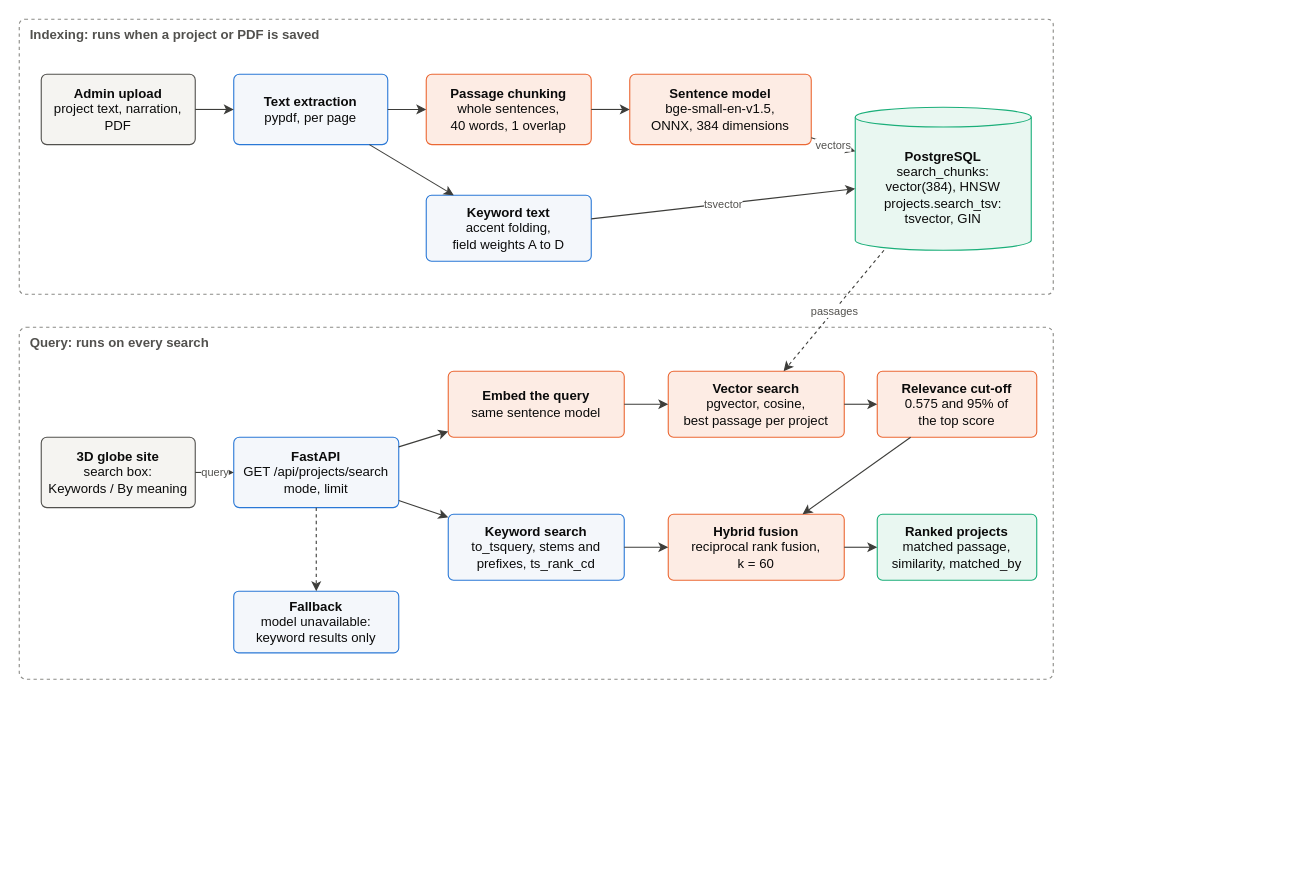
The draw.io diagram docs/diagrams/ai-capability-architecture.drawio in AnshSatiish/thecharter, before the edit. Source tidied: cells renumbered, new cells numbered last; positions are measured from the earlier drawing's top-left corner, leaving out a move shared by most shapes. Both pictures are drawn from the tidied source at 110%, with x=0, y=0 at pixel (19, 19).
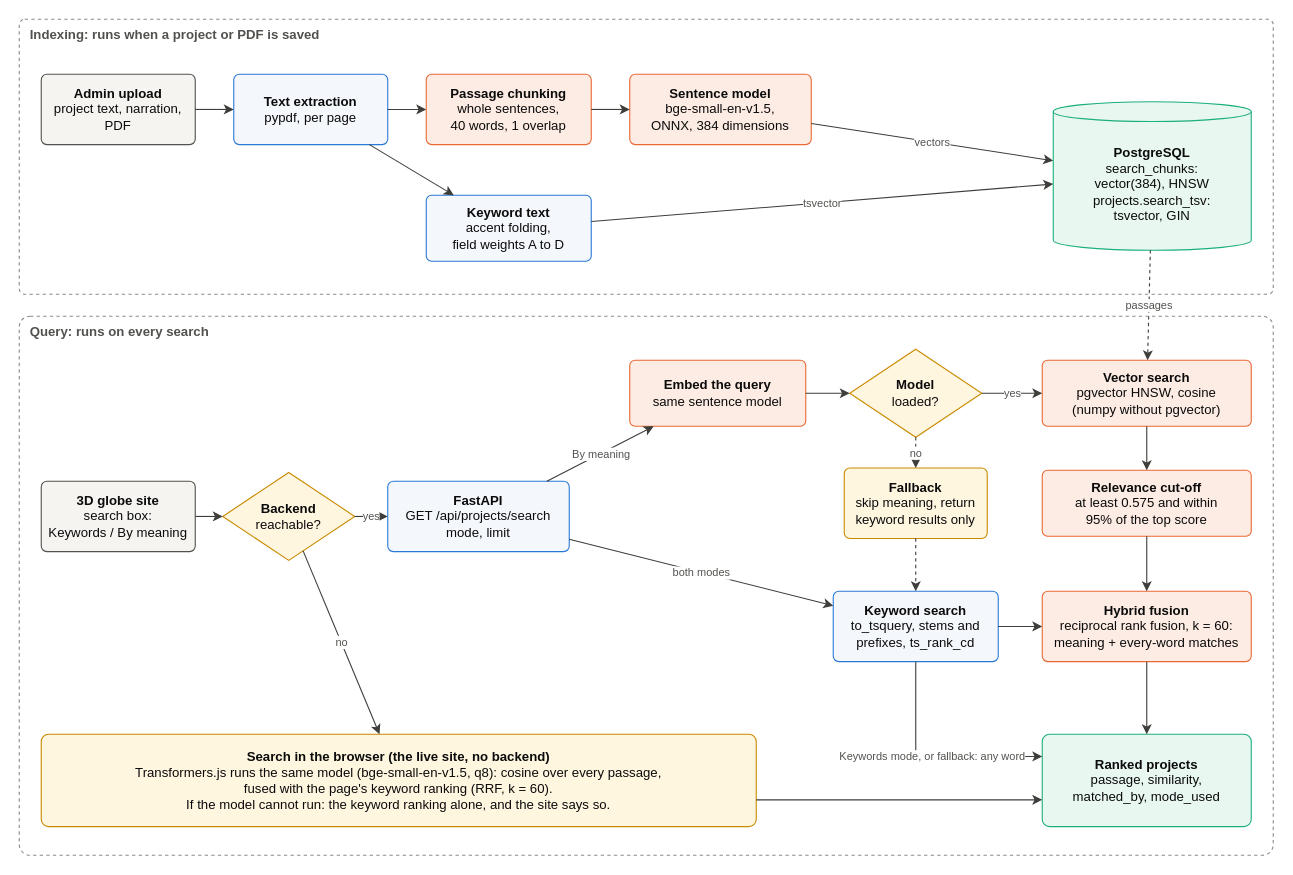
The same page after the edit.

Commit message (it also covers changes not shown here):
Corrected search diagram, PostgreSQL security, longer cache for static files

What changed in the source:
```diff
@@
     <mxCell id="2" value="Indexing: runs when a project or PDF is saved" style="rounded=1;arcSize=2;dashed=1;fillColor=none;strokeColor=#8a8a86;verticalAlign=top;align=left;spacingLeft=8;fontStyle=1;fontColor=#52514e;html=1;" parent="1" vertex="1">
-      <mxGeometry width="940" height="250" as="geometry" />
+      <mxGeometry width="1140" height="250" as="geometry" />
     </mxCell>
     <mxCell id="3" value="Query: runs on every search" style="rounded=1;arcSize=2;dashed=1;fillColor=none;strokeColor=#8a8a86;verticalAlign=top;align=left;spacingLeft=8;fontStyle=1;fontColor=#52514e;html=1;" parent="1" vertex="1">
-      <mxGeometry y="280" width="940" height="320" as="geometry" />
+      <mxGeometry y="270" width="1140" height="490" as="geometry" />
     </mxCell>
@@
     <mxCell id="9" value="&lt;b&gt;PostgreSQL&lt;/b&gt;&lt;br&gt;search_chunks:&lt;br&gt;vector(384), HNSW&lt;br&gt;projects.search_tsv:&lt;br&gt;tsvector, GIN" style="shape=cylinder3;boundedLbl=1;backgroundOutline=1;size=9;whiteSpace=wrap;html=1;fillColor=#e9f7f1;strokeColor=#1baf7a;fontColor=#0b0b0b;fontSize=12;" parent="1" vertex="1">
-      <mxGeometry x="760" y="80" width="160" height="130" as="geometry" />
+      <mxGeometry x="940" y="75" width="180" height="135" as="geometry" />
     </mxCell>
     <mxCell id="10" value="&lt;b&gt;3D globe site&lt;/b&gt;&lt;br&gt;search box:&lt;br&gt;Keywords / By meaning" style="rounded=1;arcSize=8;whiteSpace=wrap;html=1;fillColor=#f5f4f1;strokeColor=#52514e;fontColor=#0b0b0b;fontSize=12;" parent="1" vertex="1">
-      <mxGeometry x="20" y="380" width="140" height="64" as="geometry" />
+      <mxGeometry x="20" y="420" width="140" height="64" as="geometry" />
     </mxCell>
+    <mxCell id="35" value="&lt;b&gt;Backend&lt;/b&gt;&lt;br&gt;reachable?" style="rhombus;whiteSpace=wrap;html=1;fillColor=#fff6e0;strokeColor=#c98a00;fontColor=#0b0b0b;fontSize=12;" parent="1" vertex="1">
+      <mxGeometry x="185" y="412" width="120" height="80" as="geometry" />
+    </mxCell>
     <mxCell id="11" value="&lt;b&gt;FastAPI&lt;/b&gt;&lt;br&gt;GET /api/projects/search&lt;br&gt;mode, limit" style="rounded=1;arcSize=8;whiteSpace=wrap;html=1;fillColor=#f4f7fb;strokeColor=#2a78d6;fontColor=#0b0b0b;fontSize=12;" parent="1" vertex="1">
-      <mxGeometry x="195" y="380" width="150" height="64" as="geometry" />
+      <mxGeometry x="335" y="420" width="165" height="64" as="geometry" />
     </mxCell>
     <mxCell id="12" value="&lt;b&gt;Embed the query&lt;/b&gt;&lt;br&gt;same sentence model" style="rounded=1;arcSize=8;whiteSpace=wrap;html=1;fillColor=#fdece4;strokeColor=#eb6834;fontColor=#0b0b0b;fontSize=12;" parent="1" vertex="1">
-      <mxGeometry x="390" y="320" width="160" height="60" as="geometry" />
+      <mxGeometry x="555" y="310" width="160" height="60" as="geometry" />
     </mxCell>
+    <mxCell id="36" value="&lt;b&gt;Model&lt;/b&gt;&lt;br&gt;loaded?" style="rhombus;whiteSpace=wrap;html=1;fillColor=#fff6e0;strokeColor=#c98a00;fontColor=#0b0b0b;fontSize=12;" parent="1" vertex="1">
+      <mxGeometry x="755" y="300" width="120" height="80" as="geometry" />
+    </mxCell>
-    <mxCell id="13" value="&lt;b&gt;Vector search&lt;/b&gt;&lt;br&gt;pgvector, cosine,&lt;br&gt;best passage per project" style="rounded=1;arcSize=8;whiteSpace=wrap;html=1;fillColor=#fdece4;strokeColor=#eb6834;fontColor=#0b0b0b;fontSize=12;" parent="1" vertex="1">
-      <mxGeometry x="590" y="320" width="160" height="60" as="geometry" />
+    <mxCell id="13" value="&lt;b&gt;Vector search&lt;/b&gt;&lt;br&gt;pgvector HNSW, cosine&lt;br&gt;(numpy without pgvector)" style="rounded=1;arcSize=8;whiteSpace=wrap;html=1;fillColor=#fdece4;strokeColor=#eb6834;fontColor=#0b0b0b;fontSize=12;" parent="1" vertex="1">
+      <mxGeometry x="930" y="310" width="190" height="60" as="geometry" />
     </mxCell>
-    <mxCell id="14" value="&lt;b&gt;Relevance cut-off&lt;/b&gt;&lt;br&gt;0.575 and 95% of&lt;br&gt;the top score" style="rounded=1;arcSize=8;whiteSpace=wrap;html=1;fillColor=#fdece4;strokeColor=#eb6834;fontColor=#0b0b0b;fontSize=12;" parent="1" vertex="1">
-      <mxGeometry x="780" y="320" width="145" height="60" as="geometry" />
+    <mxCell id="14" value="&lt;b&gt;Relevance cut-off&lt;/b&gt;&lt;br&gt;at least 0.575 and within&lt;br&gt;95% of the top score" style="rounded=1;arcSize=8;whiteSpace=wrap;html=1;fillColor=#fdece4;strokeColor=#eb6834;fontColor=#0b0b0b;fontSize=12;" parent="1" vertex="1">
+      <mxGeometry x="930" y="410" width="190" height="60" as="geometry" />
     </mxCell>
+    <mxCell id="18" value="&lt;b&gt;Fallback&lt;/b&gt;&lt;br&gt;skip meaning, return&lt;br&gt;keyword results only" style="rounded=1;arcSize=8;whiteSpace=wrap;html=1;fillColor=#fff6e0;strokeColor=#c98a00;fontColor=#0b0b0b;fontSize=12;" parent="1" vertex="1">
+      <mxGeometry x="750" y="408" width="130" height="64" as="geometry" />
+    </mxCell>
     <mxCell id="15" value="&lt;b&gt;Keyword search&lt;/b&gt;&lt;br&gt;to_tsquery, stems and&lt;br&gt;prefixes, ts_rank_cd" style="rounded=1;arcSize=8;whiteSpace=wrap;html=1;fillColor=#f4f7fb;strokeColor=#2a78d6;fontColor=#0b0b0b;fontSize=12;" parent="1" vertex="1">
-      <mxGeometry x="390" y="450" width="160" height="60" as="geometry" />
+      <mxGeometry x="740" y="520" width="150" height="64" as="geometry" />
     </mxCell>
-    <mxCell id="16" value="&lt;b&gt;Hybrid fusion&lt;/b&gt;&lt;br&gt;reciprocal rank fusion,&lt;br&gt;k = 60" style="rounded=1;arcSize=8;whiteSpace=wrap;html=1;fillColor=#fdece4;strokeColor=#eb6834;fontColor=#0b0b0b;fontSize=12;" parent="1" vertex="1">
-      <mxGeometry x="590" y="450" width="160" height="60" as="geometry" />
+    <mxCell id="16" value="&lt;b&gt;Hybrid fusion&lt;/b&gt;&lt;br&gt;reciprocal rank fusion, k = 60:&lt;br&gt;meaning + every-word matches" style="rounded=1;arcSize=8;whiteSpace=wrap;html=1;fillColor=#fdece4;strokeColor=#eb6834;fontColor=#0b0b0b;fontSize=12;" parent="1" vertex="1">
+      <mxGeometry x="930" y="520" width="190" height="64" as="geometry" />
     </mxCell>
+    <mxCell id="37" value="&lt;b&gt;Search in the browser (the live site, no backend)&lt;/b&gt;&lt;br&gt;Transformers.js runs the same model (bge-small-en-v1.5, q8): cosine over every passage,&lt;br&gt;fused with the page&amp;#x27;s keyword ranking (RRF, k = 60).&lt;br&gt;If the model cannot run: the keyword ranking alone, and the site says so." style="rounded=1;arcSize=8;whiteSpace=wrap;html=1;fillColor=#fff6e0;strokeColor=#c98a00;fontColor=#0b0b0b;fontSize=12;" parent="1" vertex="1">
+      <mxGeometry x="20" y="650" width="650" height="84" as="geometry" />
+    </mxCell>
-    <mxCell id="17" value="&lt;b&gt;Ranked projects&lt;/b&gt;&lt;br&gt;matched passage,&lt;br&gt;similarity, matched_by" style="rounded=1;arcSize=8;whiteSpace=wrap;html=1;fillColor=#e9f7f1;strokeColor=#1baf7a;fontColor=#0b0b0b;fontSize=12;" parent="1" vertex="1">
-      <mxGeometry x="780" y="450" width="145" height="60" as="geometry" />
+    <mxCell id="17" value="&lt;b&gt;Ranked projects&lt;/b&gt;&lt;br&gt;passage, similarity,&lt;br&gt;matched_by, mode_used" style="rounded=1;arcSize=8;whiteSpace=wrap;html=1;fillColor=#e9f7f1;strokeColor=#1baf7a;fontColor=#0b0b0b;fontSize=12;" parent="1" vertex="1">
+      <mxGeometry x="930" y="650" width="190" height="84" as="geometry" />
     </mxCell>
-    <mxCell id="18" value="&lt;b&gt;Fallback&lt;/b&gt;&lt;br&gt;model unavailable:&lt;br&gt;keyword results only" style="rounded=1;arcSize=8;whiteSpace=wrap;html=1;fillColor=#f4f7fb;strokeColor=#2a78d6;fontColor=#0b0b0b;fontSize=12;" parent="1" vertex="1">
-      <mxGeometry x="195" y="520" width="150" height="56" as="geometry" />
-    </mxCell>
@@
-    <mxCell id="25" value="query" style="html=1;rounded=0;strokeColor=#3d3d3a;fontSize=10;fontColor=#52514e;endArrow=classic;" parent="1" edge="1" source="10" target="11">
+    <mxCell id="25" value="passages" style="html=1;rounded=0;strokeColor=#3d3d3a;fontSize=10;fontColor=#52514e;endArrow=classic;dashed=1;" parent="1" edge="1" source="9" target="13">
       <mxGeometry relative="1" as="geometry" />
     </mxCell>
-    <mxCell id="26" style="html=1;rounded=0;strokeColor=#3d3d3a;fontSize=10;fontColor=#52514e;endArrow=classic;" parent="1" edge="1" source="11" target="12">
+    <mxCell id="26" style="html=1;rounded=0;strokeColor=#3d3d3a;fontSize=10;fontColor=#52514e;endArrow=classic;" parent="1" edge="1" source="10" target="35">
       <mxGeometry relative="1" as="geometry" />
     </mxCell>
-    <mxCell id="27" style="html=1;rounded=0;strokeColor=#3d3d3a;fontSize=10;fontColor=#52514e;endArrow=classic;" parent="1" edge="1" source="12" target="13">
+    <mxCell id="27" value="yes" style="html=1;rounded=0;strokeColor=#3d3d3a;fontSize=10;fontColor=#52514e;endArrow=classic;" parent="1" edge="1" source="35" target="11">
       <mxGeometry relative="1" as="geometry" />
     </mxCell>
-    <mxCell id="28" style="html=1;rounded=0;strokeColor=#3d3d3a;fontSize=10;fontColor=#52514e;endArrow=classic;" parent="1" edge="1" source="13" target="14">
+    <mxCell id="28" value="no" style="html=1;rounded=0;strokeColor=#3d3d3a;fontSize=10;fontColor=#52514e;endArrow=classic;" parent="1" edge="1" source="35" target="37">
       <mxGeometry relative="1" as="geometry" />
     </mxCell>
-    <mxCell id="29" style="html=1;rounded=0;strokeColor=#3d3d3a;fontSize=10;fontColor=#52514e;endArrow=classic;" parent="1" edge="1" source="11" target="15">
+    <mxCell id="29" value="By meaning" style="html=1;rounded=0;strokeColor=#3d3d3a;fontSize=10;fontColor=#52514e;endArrow=classic;" parent="1" edge="1" source="11" target="12">
       <mxGeometry relative="1" as="geometry" />
     </mxCell>
-    <mxCell id="30" style="html=1;rounded=0;strokeColor=#3d3d3a;fontSize=10;fontColor=#52514e;endArrow=classic;" parent="1" edge="1" source="15" target="16">
+    <mxCell id="30" value="both modes" style="html=1;rounded=0;strokeColor=#3d3d3a;fontSize=10;fontColor=#52514e;endArrow=classic;" parent="1" edge="1" source="11" target="15">
       <mxGeometry relative="1" as="geometry" />
     </mxCell>
-    <mxCell id="31" style="html=1;rounded=0;strokeColor=#3d3d3a;fontSize=10;fontColor=#52514e;endArrow=classic;" parent="1" edge="1" source="14" target="16">
+    <mxCell id="31" style="html=1;rounded=0;strokeColor=#3d3d3a;fontSize=10;fontColor=#52514e;endArrow=classic;" parent="1" edge="1" source="12" target="36">
       <mxGeometry relative="1" as="geometry" />
     </mxCell>
-    <mxCell id="32" style="html=1;rounded=0;strokeColor=#3d3d3a;fontSize=10;fontColor=#52514e;endArrow=classic;" parent="1" edge="1" source="16" target="17">
+    <mxCell id="32" value="yes" style="html=1;rounded=0;strokeColor=#3d3d3a;fontSize=10;fontColor=#52514e;endArrow=classic;" parent="1" edge="1" source="36" target="13">
       <mxGeometry relative="1" as="geometry" />
     </mxCell>
-    <mxCell id="33" style="html=1;rounded=0;strokeColor=#3d3d3a;fontSize=10;fontColor=#52514e;endArrow=classic;dashed=1;" parent="1" edge="1" source="11" target="18">
+    <mxCell id="33" value="no" style="html=1;rounded=0;strokeColor=#3d3d3a;fontSize=10;fontColor=#52514e;endArrow=classic;dashed=1;" parent="1" edge="1" source="36" target="18">
       <mxGeometry relative="1" as="geometry" />
     </mxCell>
-    <mxCell id="34" value="passages" style="html=1;rounded=0;strokeColor=#3d3d3a;fontSize=10;fontColor=#52514e;endArrow=classic;dashed=1;" parent="1" edge="1" source="9" target="13">
+    <mxCell id="34" style="html=1;rounded=0;strokeColor=#3d3d3a;fontSize=10;fontColor=#52514e;endArrow=classic;dashed=1;" parent="1" edge="1" source="18" target="15">
       <mxGeometry relative="1" as="geometry" />
     </mxCell>
+    <mxCell id="38" style="html=1;rounded=0;strokeColor=#3d3d3a;fontSize=10;fontColor=#52514e;endArrow=classic;" parent="1" edge="1" source="13" target="14">
+      <mxGeometry relative="1" as="geometry" />
+    </mxCell>
+    <mxCell id="39" style="html=1;rounded=0;strokeColor=#3d3d3a;fontSize=10;fontColor=#52514e;endArrow=classic;" parent="1" edge="1" source="14" target="16">
+      <mxGeometry relative="1" as="geometry" />
+    </mxCell>
+    <mxCell id="40" style="html=1;rounded=0;strokeColor=#3d3d3a;fontSize=10;fontColor=#52514e;endArrow=classic;" parent="1" edge="1" source="15" target="16">
+      <mxGeometry relative="1" as="geometry" />
+    </mxCell>
+    <mxCell id="41" style="html=1;rounded=0;strokeColor=#3d3d3a;fontSize=10;fontColor=#52514e;endArrow=classic;" parent="1" edge="1" source="16" target="17">
+      <mxGeometry relative="1" as="geometry" />
+    </mxCell>
+    <mxCell id="42" value="Keywords mode, or fallback: any word" style="html=1;rounded=0;strokeColor=#3d3d3a;fontSize=10;fontColor=#52514e;endArrow=classic;edgeStyle=orthogonalEdgeStyle;exitX=0.5;exitY=1;entryX=0;entryY=0.24;" parent="1" edge="1" source="15" target="17">
+      <mxGeometry relative="1" as="geometry" />
+    </mxCell>
+    <mxCell id="43" style="html=1;rounded=0;strokeColor=#3d3d3a;fontSize=10;fontColor=#52514e;endArrow=classic;exitX=1;exitY=0.71;entryX=0;entryY=0.71;" parent="1" edge="1" source="37" target="17">
+      <mxGeometry relative="1" as="geometry" />
+    </mxCell>
```
